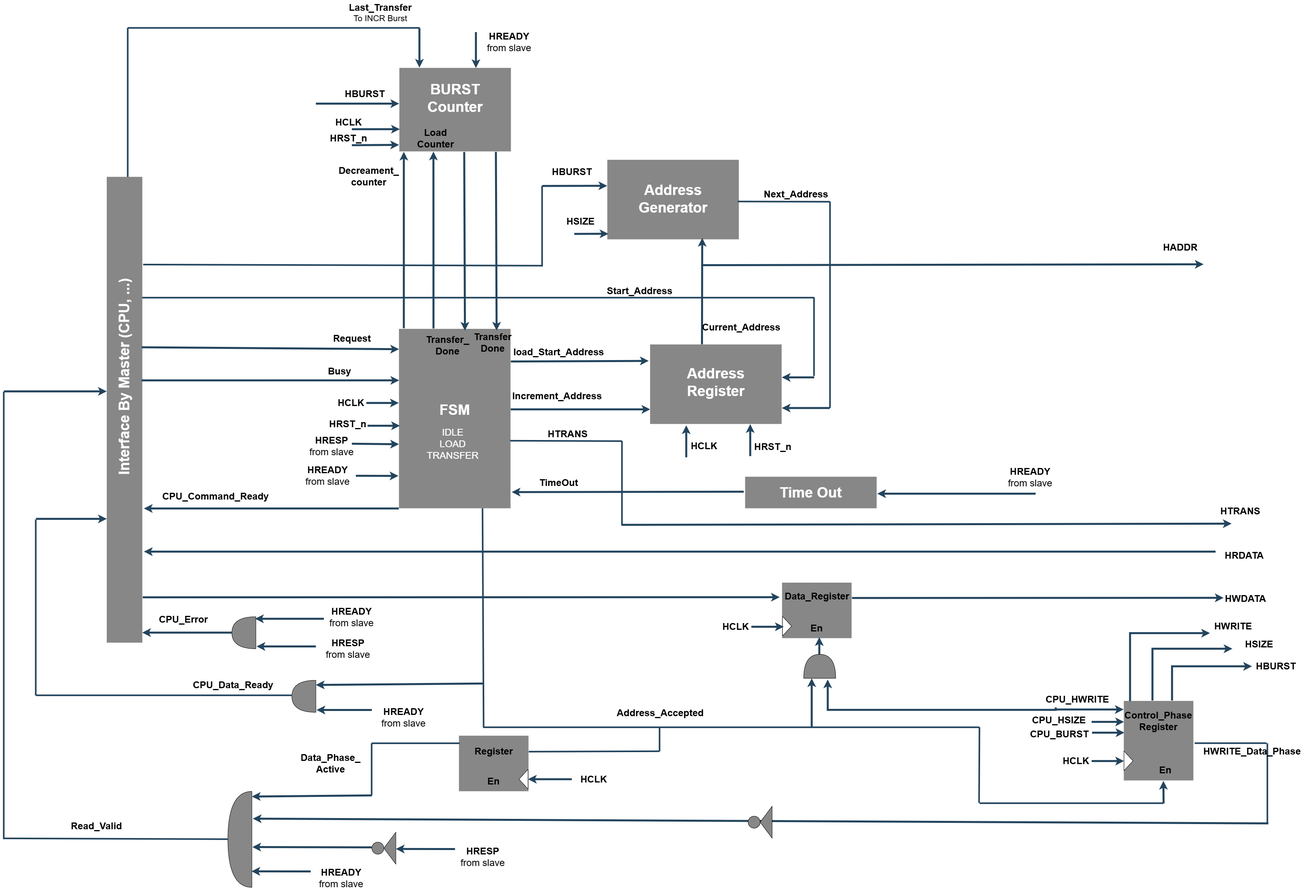
Above: photoes/Master_Architeture.drawio.png in amrsoli916/AHB-Lite-Protocol (draw.io), before the change. Source tidied: cells renumbered, new cells last; positions are measured from the earlier drawing's top-left corner, leaving out a move shared by most shapes.
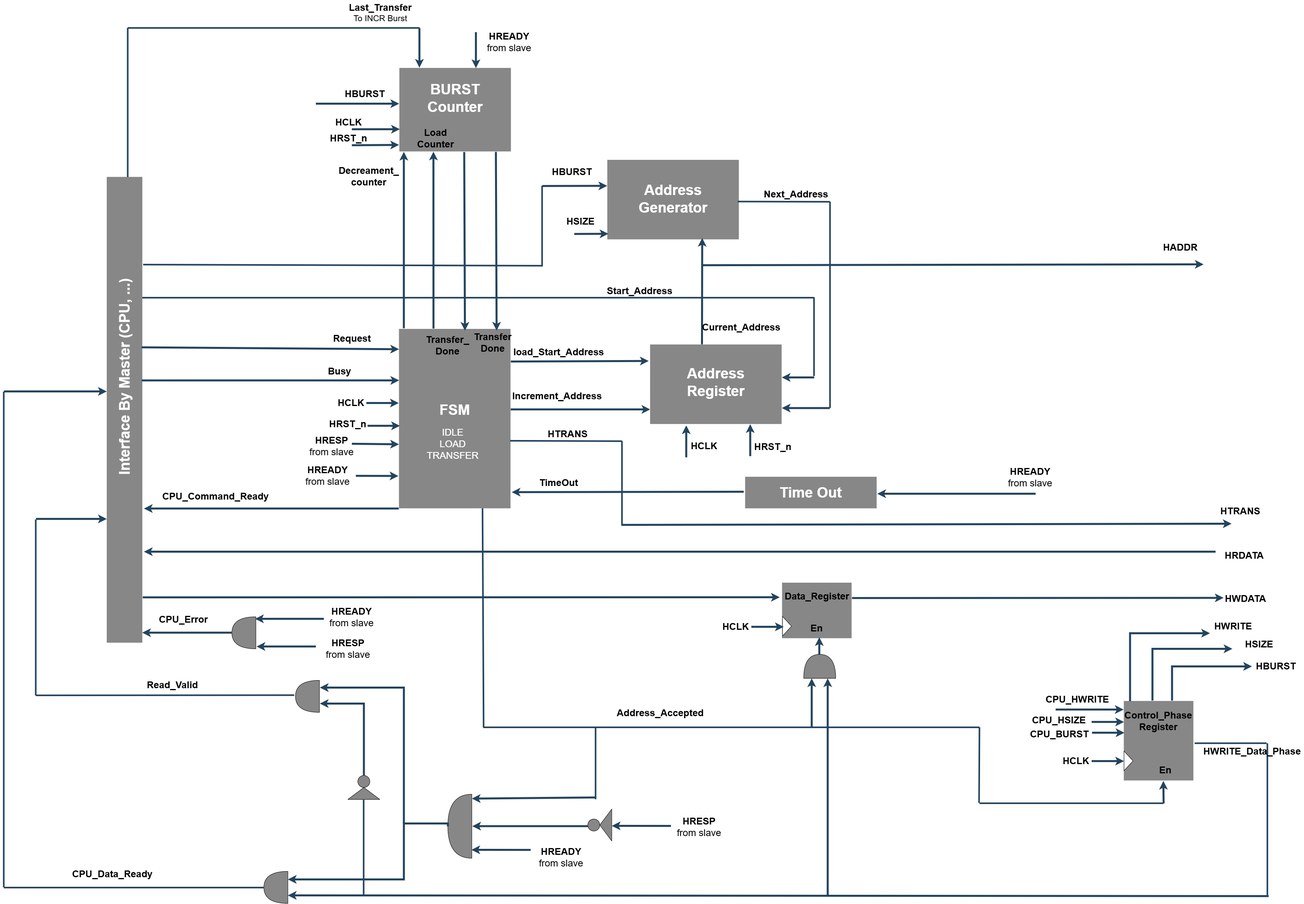
The same file after the commit.

The edit, as a diff of the source:
```diff
@@ -390,25 +390,11 @@
       <mxGeometry x="488" y="1533" width="175" height="35" as="geometry" />
     </mxCell>
     <mxCell id="91" style="shape=or;whiteSpace=wrap;html=1;shapeInside=1;fillColor=light-dark(#878787, #ededed);direction=west;" parent="1" vertex="1">
-      <mxGeometry x="846" y="1702" width="60" height="80" as="geometry" />
+      <mxGeometry x="855" y="1702" width="60" height="80" as="geometry" />
     </mxCell>
-    <mxCell id="92" style="endArrow=classic;html=1;rounded=0;strokeColor=#23445D;strokeWidth=5;entryX=-0.029;entryY=0.072;entryDx=0;entryDy=0;entryPerimeter=0;" parent="1" edge="1" target="91">
-      <mxGeometry relative="1" as="geometry">
-        <mxPoint x="1046" y="1776.2" as="sourcePoint" />
-      </mxGeometry>
-    </mxCell>
-    <mxCell id="93" value="&lt;font style=&quot;font-size: 24px; color: rgb(0, 0, 0);&quot;&gt;&lt;b&gt;HREADY&lt;/b&gt;&lt;/font&gt;&lt;div&gt;&lt;font style=&quot;font-size: 24px; color: rgb(0, 0, 0);&quot;&gt;from slave&lt;/font&gt;&lt;/div&gt;" style="text;html=1;whiteSpace=wrap;strokeColor=none;fillColor=none;align=center;verticalAlign=middle;rounded=0;fontColor=#FFFFFF;rotation=0;" parent="1" vertex="1">
-      <mxGeometry x="1056" y="1760" width="140" height="70" as="geometry" />
-    </mxCell>
-    <mxCell id="94" style="endArrow=classic;html=1;rounded=0;strokeColor=#23445D;strokeWidth=5;entryX=0;entryY=0.855;entryDx=0;entryDy=0;entryPerimeter=0;" parent="1" edge="1" target="91">
-      <mxGeometry relative="1" as="geometry">
-        <mxPoint x="1326" y="1710" as="sourcePoint" />
-      </mxGeometry>
-    </mxCell>
-    <mxCell id="95" style="endArrow=none;html=1;rounded=0;strokeColor=#23445D;strokeWidth=4;" parent="1" edge="1">
+    <mxCell id="95" style="endArrow=none;html=1;rounded=0;strokeColor=#23445D;strokeWidth=4;entryX=1.044;entryY=0.531;entryDx=0;entryDy=0;entryPerimeter=0;" parent="1" edge="1" target="91">
       <mxGeometry relative="1" as="geometry">
         <mxPoint x="206" y="1740" as="sourcePoint" />
-        <mxPoint x="846" y="1740" as="targetPoint" />
       </mxGeometry>
     </mxCell>
     <mxCell id="96" style="endArrow=none;html=1;rounded=0;strokeColor=#23445D;strokeWidth=4;" parent="1" edge="1">
@@ -423,56 +409,57 @@
       </mxGeometry>
     </mxCell>
     <mxCell id="98" value="&lt;font color=&quot;#000000&quot;&gt;&lt;span style=&quot;font-size: 24px;&quot;&gt;&lt;b&gt;CPU_Data_Ready&lt;/b&gt;&lt;/span&gt;&lt;/font&gt;" style="text;html=1;whiteSpace=wrap;strokeColor=none;fillColor=none;align=center;verticalAlign=middle;rounded=0;fontColor=#FFFFFF;" parent="1" vertex="1">
-      <mxGeometry x="508" y="1697" width="384" height="35" as="geometry" />
+      <mxGeometry x="206" y="2170" width="384" height="35" as="geometry" />
     </mxCell>
     <mxCell id="99" style="shape=or;whiteSpace=wrap;html=1;shapeInside=1;fillColor=light-dark(#878787, #ededed);direction=west;" parent="1" vertex="1">
-      <mxGeometry x="686" y="1980" width="60" height="240" as="geometry" />
+      <mxGeometry x="1236" y="1987" width="60" height="160" as="geometry" />
     </mxCell>
     <mxCell id="100" style="endArrow=classic;html=1;rounded=0;strokeColor=#23445D;strokeWidth=5;" parent="1" edge="1">
       <mxGeometry relative="1" as="geometry">
-        <mxPoint x="1046" y="1990" as="sourcePoint" />
-        <mxPoint x="746" y="1992.8" as="targetPoint" />
+        <mxPoint x="1606" y="1995" as="sourcePoint" />
+        <mxPoint x="1296" y="1997.8" as="targetPoint" />
       </mxGeometry>
     </mxCell>
     <mxCell id="101" style="endArrow=classic;html=1;rounded=0;strokeColor=#23445D;strokeWidth=5;entryX=-0.029;entryY=0.072;entryDx=0;entryDy=0;entryPerimeter=0;" parent="1" edge="1">
       <mxGeometry relative="1" as="geometry">
-        <mxPoint x="893" y="2180.2" as="sourcePoint" />
-        <mxPoint x="745" y="2180" as="targetPoint" />
+        <mxPoint x="1443" y="2126.2" as="sourcePoint" />
+        <mxPoint x="1295" y="2126" as="targetPoint" />
       </mxGeometry>
     </mxCell>
     <mxCell id="102" value="&lt;font style=&quot;font-size: 24px; color: rgb(0, 0, 0);&quot;&gt;&lt;b&gt;HREADY&lt;/b&gt;&lt;/font&gt;&lt;div&gt;&lt;font style=&quot;font-size: 24px; color: rgb(0, 0, 0);&quot;&gt;from slave&lt;/font&gt;&lt;/div&gt;" style="text;html=1;whiteSpace=wrap;strokeColor=none;fillColor=none;align=center;verticalAlign=middle;rounded=0;fontColor=#FFFFFF;rotation=0;" parent="1" vertex="1">
-      <mxGeometry x="900" y="2162" width="140" height="70" as="geometry" />
+      <mxGeometry x="1450" y="2110" width="140" height="70" as="geometry" />
     </mxCell>
     <mxCell id="103" style="triangle;whiteSpace=wrap;html=1;shapeInside=1;direction=west;fillColor=light-dark(#878787, #ededed);" parent="1" vertex="1">
-      <mxGeometry x="1076" y="2082" width="30" height="80" as="geometry" />
+      <mxGeometry x="1616" y="2024" width="30" height="80" as="geometry" />
     </mxCell>
     <mxCell id="104" style="endArrow=classic;html=1;rounded=0;strokeColor=#23445D;strokeWidth=5;entryX=-0.029;entryY=0.072;entryDx=0;entryDy=0;entryPerimeter=0;" parent="1" edge="1">
       <mxGeometry relative="1" as="geometry">
-        <mxPoint x="1254" y="2124.2" as="sourcePoint" />
-        <mxPoint x="1106" y="2124" as="targetPoint" />
+        <mxPoint x="1794" y="2066.2" as="sourcePoint" />
+        <mxPoint x="1646" y="2066" as="targetPoint" />
       </mxGeometry>
     </mxCell>
     <mxCell id="105" value="&lt;font style=&quot;font-size: 24px; color: rgb(0, 0, 0);&quot;&gt;&lt;b&gt;HRESP&lt;/b&gt;&lt;/font&gt;&lt;div&gt;&lt;font style=&quot;font-size: 24px; color: rgb(0, 0, 0);&quot;&gt;from slave&lt;/font&gt;&lt;/div&gt;" style="text;html=1;whiteSpace=wrap;strokeColor=none;fillColor=none;align=center;verticalAlign=middle;rounded=0;fontColor=#FFFFFF;rotation=0;" parent="1" vertex="1">
-      <mxGeometry x="1254" y="2109" width="140" height="70" as="geometry" />
+      <mxGeometry x="1795" y="2034" width="140" height="70" as="geometry" />
     </mxCell>
     <mxCell id="106" style="ellipse;whiteSpace=wrap;html=1;shapeInside=1;fillColor=light-dark(#878787, #ededed);" parent="1" vertex="1">
-      <mxGeometry x="1046" y="2107" width="30" height="30" as="geometry" />
+      <mxGeometry x="1586" y="2049" width="30" height="30" as="geometry" />
     </mxCell>
-    <mxCell id="107" style="endArrow=classic;html=1;rounded=0;strokeColor=#23445D;strokeWidth=5;entryX=-0.02;entryY=0.42;entryDx=0;entryDy=0;entryPerimeter=0;" parent="1" edge="1" target="99">
+    <mxCell id="107" style="endArrow=classic;html=1;rounded=0;strokeColor=#23445D;strokeWidth=5;entryX=-0.02;entryY=0.42;entryDx=0;entryDy=0;entryPerimeter=0;" parent="1" edge="1">
       <mxGeometry relative="1" as="geometry">
-        <mxPoint x="1046" y="2120" as="sourcePoint" />
+        <mxPoint x="1586" y="2066.8" as="sourcePoint" />
+        <mxPoint x="1297.2" y="2066.8" as="targetPoint" />
       </mxGeometry>
     </mxCell>
     <mxCell id="108" style="endArrow=none;html=1;rounded=0;strokeColor=#23445D;strokeWidth=4;" parent="1" edge="1">
       <mxGeometry relative="1" as="geometry">
-        <mxPoint x="126" y="2098" as="sourcePoint" />
-        <mxPoint x="686" y="2100" as="targetPoint" />
+        <mxPoint x="126" y="2221" as="sourcePoint" />
+        <mxPoint x="776" y="2221" as="targetPoint" />
       </mxGeometry>
     </mxCell>
     <mxCell id="109" style="endArrow=none;html=1;rounded=0;strokeColor=#23445D;strokeWidth=4;" parent="1" edge="1">
       <mxGeometry relative="1" as="geometry">
         <mxPoint x="126" y="980" as="sourcePoint" />
-        <mxPoint x="126" y="2100" as="targetPoint" />
+        <mxPoint x="126" y="2220" as="targetPoint" />
       </mxGeometry>
     </mxCell>
     <mxCell id="110" style="endArrow=classic;html=1;rounded=0;strokeColor=#23445D;strokeWidth=5;entryX=0.006;entryY=0.734;entryDx=0;entryDy=0;entryPerimeter=0;" parent="1" edge="1">
@@ -482,7 +469,7 @@
       </mxGeometry>
     </mxCell>
     <mxCell id="111" value="&lt;font color=&quot;#000000&quot;&gt;&lt;span style=&quot;font-size: 24px;&quot;&gt;&lt;b&gt;Read_Valid&lt;/b&gt;&lt;/span&gt;&lt;/font&gt;" style="text;html=1;whiteSpace=wrap;strokeColor=none;fillColor=none;align=center;verticalAlign=middle;rounded=0;fontColor=#FFFFFF;" parent="1" vertex="1">
-      <mxGeometry x="242.5" y="2050" width="230" height="35" as="geometry" />
+      <mxGeometry x="433" y="1697" width="230" height="35" as="geometry" />
     </mxCell>
     <mxCell id="112" style="rounded=0;whiteSpace=wrap;html=1;strokeColor=#FFFFFF;fontColor=#FFFFFF;fillColor=light-dark(#878787,#878787);" parent="1" vertex="1">
       <mxGeometry x="2926" y="1753" width="175" height="200" as="geometry" />
@@ -551,12 +538,12 @@
     <mxCell id="126" style="endArrow=none;html=1;rounded=0;strokeColor=#23445D;strokeWidth=4;" parent="1" edge="1">
       <mxGeometry relative="1" as="geometry">
         <mxPoint x="3286" y="1860" as="sourcePoint" />
-        <mxPoint x="3286" y="2060" as="targetPoint" />
+        <mxPoint x="3286" y="2240" as="targetPoint" />
       </mxGeometry>
     </mxCell>
-    <mxCell id="127" style="endArrow=classic;html=1;rounded=0;strokeColor=#23445D;strokeWidth=5;entryX=-0.039;entryY=0.716;entryDx=0;entryDy=0;entryPerimeter=0;" parent="1" edge="1" target="99">
+    <mxCell id="127" style="endArrow=classic;html=1;rounded=0;strokeColor=#23445D;strokeWidth=5;entryX=0;entryY=0.25;entryDx=0;entryDy=0;entryPerimeter=0;" parent="1" edge="1" target="171">
       <mxGeometry relative="1" as="geometry">
-        <mxPoint x="3288" y="2060" as="sourcePoint" />
+        <mxPoint x="3288.7" y="2241.8" as="sourcePoint" />
       </mxGeometry>
     </mxCell>
     <mxCell id="128" value="&lt;font color=&quot;#000000&quot;&gt;&lt;span style=&quot;font-size: 24px;&quot;&gt;&lt;b&gt;HWRITE_Data_Phase&lt;/b&gt;&lt;/span&gt;&lt;/font&gt;" style="text;html=1;whiteSpace=wrap;strokeColor=none;fillColor=none;align=center;verticalAlign=middle;rounded=0;fontColor=#FFFFFF;" parent="1" vertex="1">
@@ -565,15 +552,6 @@
     <mxCell id="129" value="&lt;font style=&quot;font-size: 24px; color: rgb(0, 0, 0);&quot;&gt;&lt;b&gt;CPU_HWRITE&lt;/b&gt;&lt;/font&gt;" style="text;html=1;whiteSpace=wrap;strokeColor=none;fillColor=none;align=center;verticalAlign=middle;rounded=0;fontColor=#FFFFFF;" parent="1" vertex="1">
       <mxGeometry x="2746" y="1735" width="130" height="30" as="geometry" />
     </mxCell>
-    <mxCell id="130" style="endArrow=classic;html=1;rounded=0;strokeColor=#23445D;strokeWidth=5;edgeStyle=orthogonalEdgeStyle;" parent="1" edge="1">
-      <mxGeometry relative="1" as="geometry">
-        <mxPoint x="2756" y="1770" as="sourcePoint" />
-        <mxPoint x="2186" y="1700" as="targetPoint" />
-        <Array as="points">
-          <mxPoint x="2186" y="1776" />
-        </Array>
-      </mxGeometry>
-    </mxCell>
     <mxCell id="131" style="endArrow=classic;html=1;rounded=0;strokeColor=#23445D;strokeWidth=5;entryX=0;entryY=0.25;entryDx=0;entryDy=0;entryPerimeter=0;" parent="1" edge="1" target="149">
       <mxGeometry relative="1" as="geometry">
         <mxPoint x="2146" y="1820" as="sourcePoint" />
@@ -594,11 +572,11 @@
     <mxCell id="135" value="&lt;font style=&quot;font-size: 24px; color: rgb(0, 0, 0);&quot;&gt;&lt;b&gt;Busy&lt;/b&gt;&lt;/font&gt;" style="text;html=1;whiteSpace=wrap;strokeColor=none;fillColor=none;align=center;verticalAlign=middle;rounded=0;fontColor=#FFFFFF;" parent="1" vertex="1">
       <mxGeometry x="861" y="914" width="210" height="30" as="geometry" />
     </mxCell>
-    <mxCell id="136" style="triangle;whiteSpace=wrap;html=1;shapeInside=1;direction=west;fillColor=light-dark(#878787, #ededed);" parent="1" vertex="1">
-      <mxGeometry x="2017" y="2017" width="30" height="80" as="geometry" />
+    <mxCell id="136" style="triangle;whiteSpace=wrap;html=1;shapeInside=1;direction=north;fillColor=light-dark(#878787, #ededed);" parent="1" vertex="1">
+      <mxGeometry x="986" y="1970" width="80" height="30" as="geometry" />
     </mxCell>
-    <mxCell id="137" style="ellipse;whiteSpace=wrap;html=1;shapeInside=1;fillColor=light-dark(#878787, #ededed);" parent="1" vertex="1">
-      <mxGeometry x="1987" y="2042" width="30" height="30" as="geometry" />
+    <mxCell id="137" style="ellipse;whiteSpace=wrap;html=1;shapeInside=1;fillColor=light-dark(#878787, #ededed);direction=south;" parent="1" vertex="1">
+      <mxGeometry x="1011" y="1940" width="30" height="30" as="geometry" />
     </mxCell>
     <mxCell id="138" style="endArrow=classic;html=1;rounded=0;strokeColor=#23445D;strokeWidth=5;exitX=0.413;exitY=0.982;exitDx=0;exitDy=0;exitPerimeter=0;entryX=0.067;entryY=0.014;entryDx=0;entryDy=0;entryPerimeter=0;" parent="1" edge="1">
       <mxGeometry relative="1" as="geometry">
@@ -683,50 +661,50 @@
     <mxCell id="157" value="&lt;font color=&quot;#000000&quot;&gt;&lt;span style=&quot;font-size: 24px;&quot;&gt;&lt;b&gt;HBURST&lt;/b&gt;&lt;/span&gt;&lt;/font&gt;" style="text;html=1;whiteSpace=wrap;strokeColor=none;fillColor=none;align=center;verticalAlign=middle;rounded=0;fontColor=#FFFFFF;" parent="1" vertex="1">
       <mxGeometry x="3255" y="1647" width="105" height="40" as="geometry" />
     </mxCell>
-    <mxCell id="158" style="rounded=0;whiteSpace=wrap;html=1;strokeColor=#FFFFFF;fontColor=#FFFFFF;fillColor=light-dark(#878787,#878787);" parent="1" vertex="1">
-      <mxGeometry x="1263.2" y="1840" width="175" height="140" as="geometry" />
-    </mxCell>
-    <mxCell id="159" value="&lt;font color=&quot;#000000&quot;&gt;&lt;span style=&quot;font-size: 24px;&quot;&gt;&lt;b&gt;Register&lt;/b&gt;&lt;/span&gt;&lt;/font&gt;" style="text;html=1;whiteSpace=wrap;strokeColor=none;fillColor=none;align=center;verticalAlign=middle;rounded=0;fontColor=#FFFFFF;" parent="1" vertex="1">
-      <mxGeometry x="1298.2" y="1856" width="105" height="49" as="geometry" />
-    </mxCell>
-    <mxCell id="160" value="&lt;font style=&quot;font-size: 24px; color: rgb(0, 0, 0);&quot;&gt;&lt;b&gt;En&lt;/b&gt;&lt;/font&gt;" style="text;html=1;whiteSpace=wrap;strokeColor=none;fillColor=none;align=center;verticalAlign=middle;rounded=0;fontColor=#FFFFFF;" parent="1" vertex="1">
-      <mxGeometry x="1325.8" y="1940" width="50" height="30" as="geometry" />
-    </mxCell>
-    <mxCell id="161" style="triangle;whiteSpace=wrap;html=1;shapeInside=1;direction=west;" parent="1" vertex="1">
-      <mxGeometry x="1414" y="1925" width="22.5" height="49" as="geometry" />
-    </mxCell>
-    <mxCell id="162" style="endArrow=classic;html=1;rounded=0;strokeColor=#23445D;strokeWidth=5;entryX=0;entryY=0.5;entryDx=0;entryDy=0;" parent="1" edge="1" target="161">
-      <mxGeometry relative="1" as="geometry">
-        <mxPoint x="1546" y="1949.5" as="sourcePoint" />
-      </mxGeometry>
-    </mxCell>
-    <mxCell id="163" value="&lt;font color=&quot;#000000&quot;&gt;&lt;span style=&quot;font-size: 24px;&quot;&gt;&lt;b&gt;HCLK&lt;/b&gt;&lt;/span&gt;&lt;/font&gt;" style="text;html=1;whiteSpace=wrap;strokeColor=none;fillColor=none;align=center;verticalAlign=middle;rounded=0;fontColor=#FFFFFF;" parent="1" vertex="1">
-      <mxGeometry x="1555" y="1930" width="93" height="40" as="geometry" />
-    </mxCell>
-    <mxCell id="164" style="endArrow=none;html=1;rounded=0;strokeColor=#23445D;strokeWidth=4;" parent="1" edge="1">
-      <mxGeometry relative="1" as="geometry">
-        <mxPoint x="1766" y="1821" as="sourcePoint" />
-        <mxPoint x="1766" y="1880" as="targetPoint" />
-      </mxGeometry>
-    </mxCell>
-    <mxCell id="165" style="endArrow=none;html=1;rounded=0;strokeColor=#23445D;strokeWidth=4;exitX=1.004;exitY=0.293;exitDx=0;exitDy=0;exitPerimeter=0;" parent="1" edge="1" source="158">
-      <mxGeometry relative="1" as="geometry">
-        <mxPoint x="1766" y="1880" as="targetPoint" />
-      </mxGeometry>
-    </mxCell>
-    <mxCell id="166" style="endArrow=none;html=1;rounded=0;strokeColor=#23445D;strokeWidth=4;" parent="1" edge="1">
-      <mxGeometry relative="1" as="geometry">
-        <mxPoint x="1046" y="1860" as="sourcePoint" />
-        <mxPoint x="1046" y="1990" as="targetPoint" />
-      </mxGeometry>
-    </mxCell>
-    <mxCell id="167" style="endArrow=none;html=1;rounded=0;strokeColor=#23445D;strokeWidth=4;exitX=0.016;exitY=0.143;exitDx=0;exitDy=0;exitPerimeter=0;" parent="1" edge="1" source="158">
-      <mxGeometry relative="1" as="geometry">
-        <mxPoint x="1046" y="1860" as="targetPoint" />
-      </mxGeometry>
-    </mxCell>
-    <mxCell id="168" value="&lt;font color=&quot;#000000&quot;&gt;&lt;span style=&quot;font-size: 24px;&quot;&gt;&lt;b&gt;Data_Phase_&lt;/b&gt;&lt;/span&gt;&lt;/font&gt;&lt;div&gt;&lt;font color=&quot;#000000&quot;&gt;&lt;span style=&quot;font-size: 24px;&quot;&gt;&lt;b&gt;Active&lt;/b&gt;&lt;/span&gt;&lt;/font&gt;&lt;/div&gt;" style="text;html=1;whiteSpace=wrap;strokeColor=none;fillColor=none;align=center;verticalAlign=middle;rounded=0;fontColor=#FFFFFF;" parent="1" vertex="1">
-      <mxGeometry x="856" y="1880" width="175" height="60" as="geometry" />
-    </mxCell>
+    <mxCell id="169" style="endArrow=none;html=1;rounded=0;strokeColor=#23445D;strokeWidth=4;" parent="1" edge="1">
+      <mxGeometry relative="1" as="geometry">
+        <mxPoint x="1606" y="1821" as="sourcePoint" />
+        <mxPoint x="1606" y="2000" as="targetPoint" />
+      </mxGeometry>
+    </mxCell>
+    <mxCell id="170" style="endArrow=classic;html=1;rounded=0;strokeColor=#23445D;strokeWidth=5;entryX=0;entryY=0.75;entryDx=0;entryDy=0;entryPerimeter=0;" parent="1" edge="1" target="149">
+      <mxGeometry relative="1" as="geometry">
+        <mxPoint x="2186" y="2240" as="sourcePoint" />
+      </mxGeometry>
+    </mxCell>
+    <mxCell id="171" style="shape=or;whiteSpace=wrap;html=1;shapeInside=1;fillColor=light-dark(#878787, #ededed);direction=west;" parent="1" vertex="1">
+      <mxGeometry x="776" y="2180" width="60" height="80" as="geometry" />
+    </mxCell>
+    <mxCell id="172" style="endArrow=classic;html=1;rounded=0;strokeColor=#23445D;strokeWidth=5;edgeStyle=orthogonalEdgeStyle;exitX=1;exitY=0.5;exitDx=0;exitDy=0;exitPerimeter=0;entryX=0;entryY=0.75;entryDx=0;entryDy=0;entryPerimeter=0;" parent="1" edge="1" source="99" target="171">
+      <mxGeometry relative="1" as="geometry">
+        <Array as="points">
+          <mxPoint x="1236" y="2060" />
+          <mxPoint x="1126" y="2060" />
+          <mxPoint x="1126" y="2200" />
+        </Array>
+      </mxGeometry>
+    </mxCell>
+    <mxCell id="173" style="endArrow=classic;html=1;rounded=0;strokeColor=#23445D;strokeWidth=5;edgeStyle=orthogonalEdgeStyle;" parent="1" edge="1">
+      <mxGeometry relative="1" as="geometry">
+        <mxPoint x="1126.1" y="2060" as="sourcePoint" />
+        <mxPoint x="916" y="1720" as="targetPoint" />
+        <Array as="points">
+          <mxPoint x="1126.1" y="1720" />
+        </Array>
+      </mxGeometry>
+    </mxCell>
+    <mxCell id="174" style="endArrow=none;html=1;rounded=0;strokeColor=#23445D;strokeWidth=4;exitX=0;exitY=0.5;exitDx=0;exitDy=0;" parent="1" edge="1" source="136">
+      <mxGeometry relative="1" as="geometry">
+        <mxPoint x="1026" y="2240" as="targetPoint" />
+      </mxGeometry>
+    </mxCell>
+    <mxCell id="175" style="endArrow=classic;html=1;rounded=0;strokeColor=#23445D;strokeWidth=5;edgeStyle=orthogonalEdgeStyle;exitX=0;exitY=0.5;exitDx=0;exitDy=0;" parent="1" edge="1" source="137">
+      <mxGeometry relative="1" as="geometry">
+        <mxPoint x="916" y="1760" as="targetPoint" />
+        <Array as="points">
+          <mxPoint x="1026" y="1760" />
+        </Array>
+      </mxGeometry>
+    </mxCell>
   </root>
 </mxGraphModel>
```
